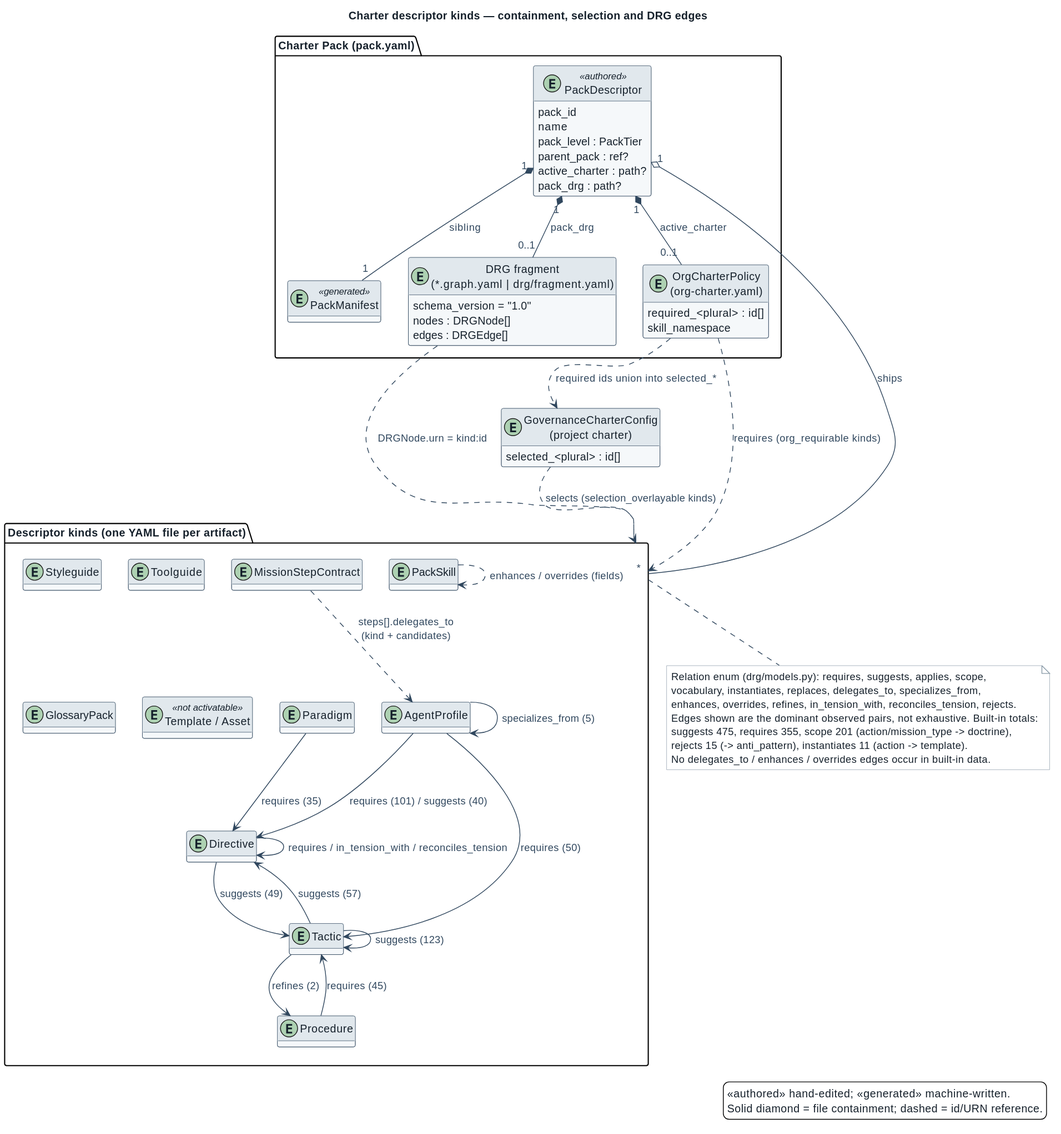
Above: docs/architecture/diagrams/descriptor-kinds-overview.svg in spec-kitty/spec-kitty-charter (PlantUML), before the change. Source of this version:
```plantuml
@startuml
!include _style.iuml
title Charter descriptor kinds — containment, selection and DRG edges

package "Charter Pack (pack.yaml)" as pack {
  entity "PackDescriptor" as PD <<authored>> {
    pack_id
    name
    pack_level : PackTier
    parent_pack : ref?
    active_charter : path?
    pack_drg : path?
  }
  entity "PackManifest" as PM <<generated>>
  entity "DRG fragment\n(*.graph.yaml | drg/fragment.yaml)" as FRAG {
    schema_version = "1.0"
    nodes : DRGNode[]
    edges : DRGEdge[]
  }
  entity "OrgCharterPolicy\n(org-charter.yaml)" as OC {
    required_<plural> : id[]
    skill_namespace
  }
}

package "Descriptor kinds (one YAML file per artifact)" as kinds {
  entity Directive
  entity Tactic
  entity Paradigm
  entity Styleguide
  entity Toolguide
  entity Procedure
  entity AgentProfile
  entity MissionStepContract
  entity GlossaryPack
  entity PackSkill
  entity "Template / Asset" as TA <<not activatable>>
}

entity "GovernanceCharterConfig\n(project charter)" as GC {
  selected_<plural> : id[]
}

PD "1" *-- "1" PM : sibling
PD "1" *-- "0..1" FRAG : pack_drg
PD "1" *-- "0..1" OC : active_charter
PD "1" o-- "*" kinds : ships
FRAG ..> kinds : DRGNode.urn = kind:id
OC ..> kinds : requires (org_requirable kinds)
GC ..> kinds : selects (selection_overlayable kinds)
OC ..> GC : required ids union into selected_*

Tactic --> Tactic : suggests (123)
AgentProfile --> Directive : requires (101) / suggests (40)
AgentProfile --> Tactic : requires (50)
Directive --> Tactic : suggests (49)
Tactic --> Directive : suggests (57)
Procedure --> Tactic : requires (45)
Paradigm --> Directive : requires (35)
Directive --> Directive : requires / in_tension_with / reconciles_tension
AgentProfile --> AgentProfile : specializes_from (5)
Tactic --> Procedure : refines (2)
MissionStepContract ..> AgentProfile : steps[].delegates_to\n(kind + candidates)
PackSkill ..> PackSkill : enhances / overrides (fields)

note bottom of kinds
  Relation enum (drg/models.py): requires, suggests, applies, scope,
  vocabulary, instantiates, replaces, delegates_to, specializes_from,
  enhances, overrides, refines, in_tension_with, reconciles_tension, rejects.
  Edges shown are the dominant observed pairs, not exhaustive. Built-in totals:
  suggests 475, requires 355, scope 201 (action/mission_type -> doctrine),
  rejects 15 (-> anti_pattern), instantiates 11 (action -> template).
  No delegates_to / enhances / overrides edges occur in built-in data.
end note
legend right
  <<authored>> hand-edited; <<generated>> machine-written.
  Solid diamond = file containment; dashed = id/URN reference.
endlegend
@enduml
```
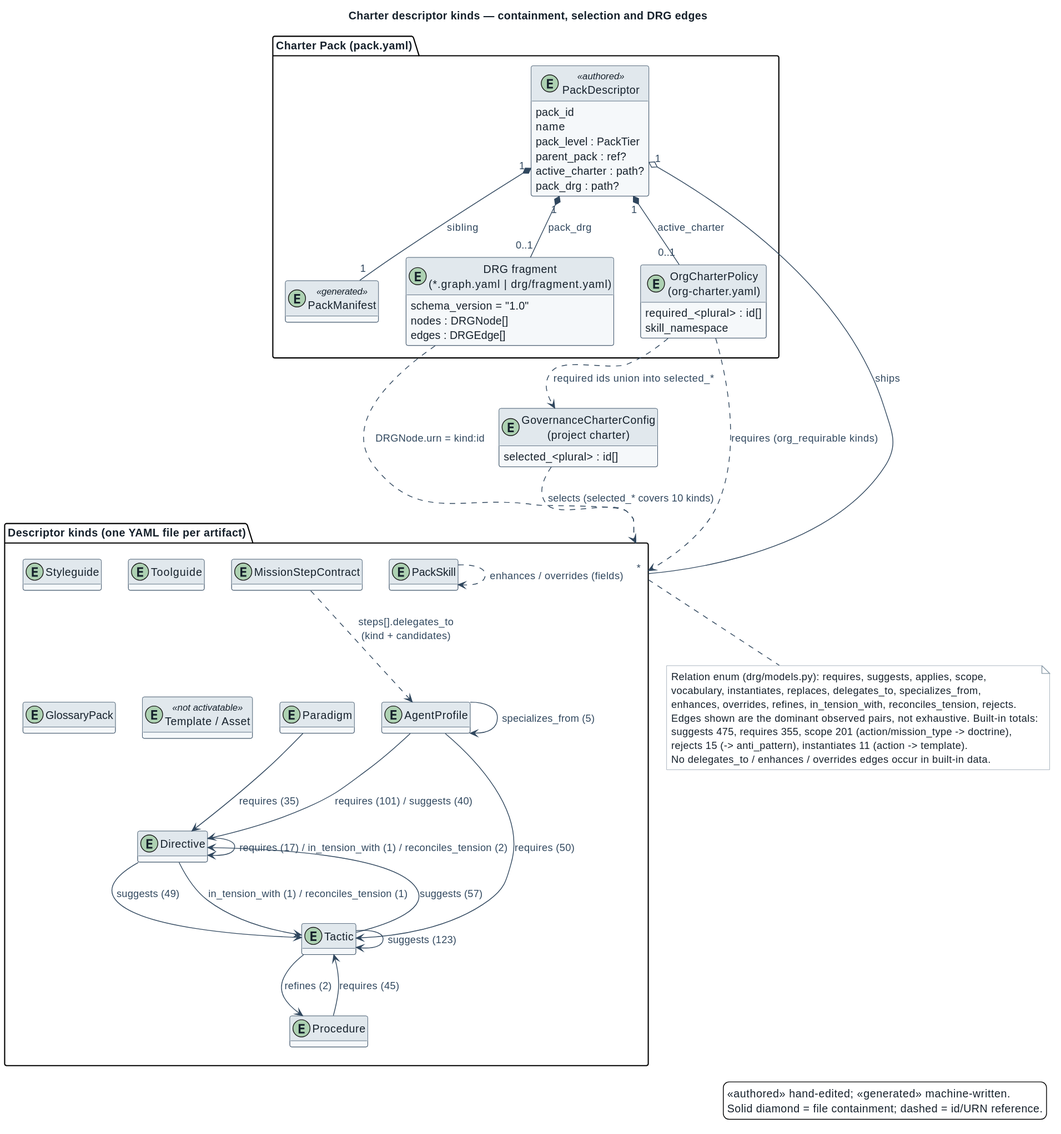
After the commit.

Commit message:
docs(landing): align descriptor diagrams with core schemas

Diff of the diagram source:
```diff
@@ -47,7 +47,7 @@
 PD "1" o-- "*" kinds : ships
 FRAG ..> kinds : DRGNode.urn = kind:id
 OC ..> kinds : requires (org_requirable kinds)
-GC ..> kinds : selects (selection_overlayable kinds)
+GC ..> kinds : selects (selected_* covers 10 kinds)
 OC ..> GC : required ids union into selected_*
 
 Tactic --> Tactic : suggests (123)
@@ -57,7 +57,8 @@
 Tactic --> Directive : suggests (57)
 Procedure --> Tactic : requires (45)
 Paradigm --> Directive : requires (35)
-Directive --> Directive : requires / in_tension_with / reconciles_tension
+Directive --> Directive : requires (17) / in_tension_with (1) / reconciles_tension (2)
+Directive --> Tactic : in_tension_with (1) / reconciles_tension (1)
 AgentProfile --> AgentProfile : specializes_from (5)
 Tactic --> Procedure : refines (2)
 MissionStepContract ..> AgentProfile : steps[].delegates_to\n(kind + candidates)
```
